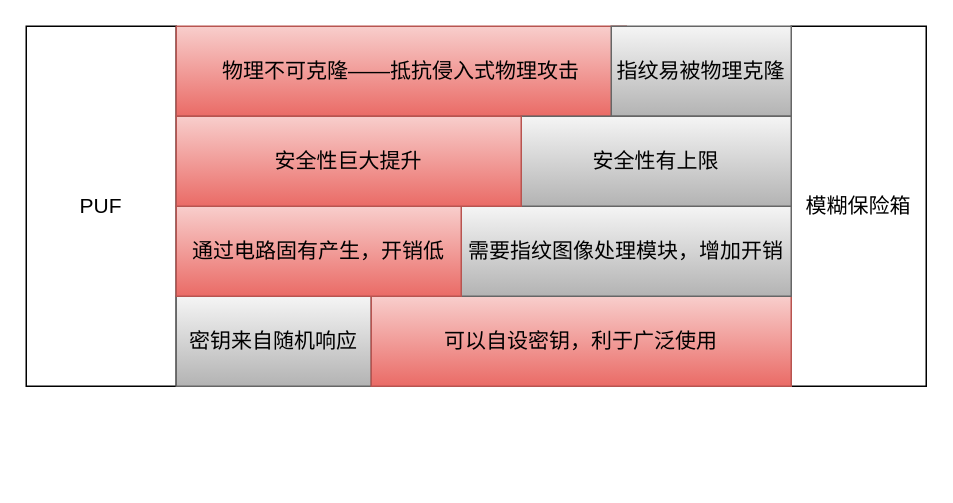
The draw.io diagram 未命名绘图.drawio in vegetable-cock/drawio-, before the edit. Source tidied: cells renumbered, new cells numbered last; positions are measured from the earlier drawing's top-left corner, leaving out a move shared by most shapes. Both pictures are drawn from the tidied source at 150%, with x=0, y=0 at pixel (26, 26).
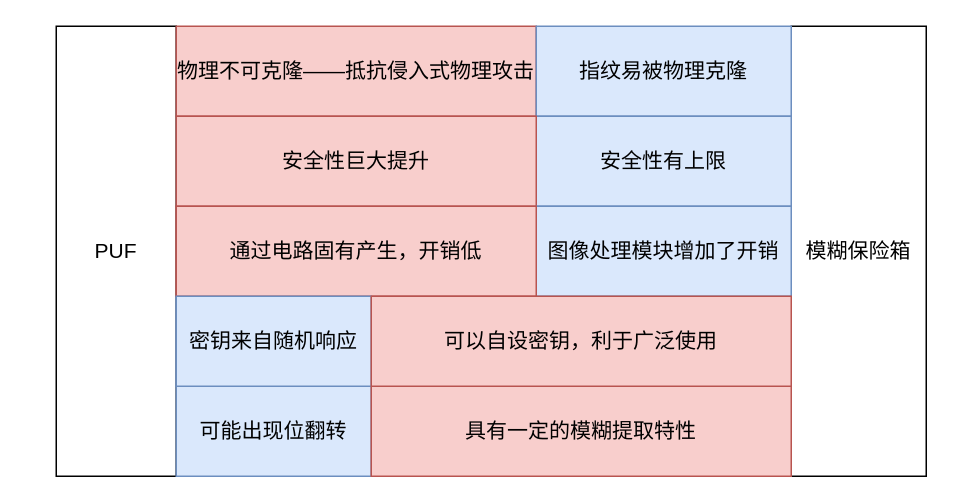
The same diagram, later.

Commit message:
更新未命名绘图.drawio

Diff of the diagram source:
```diff
@@
 <mxGraphModel>
   <root>
     <mxCell id="0" />
     <mxCell id="1" parent="0" />
     <mxCell id="2" value="PUF" style="rounded=0;whiteSpace=wrap;html=1;fontSize=14;" parent="1" vertex="1">
-      <mxGeometry width="100" height="240" as="geometry" />
+      <mxGeometry x="20" width="80" height="300" as="geometry" />
     </mxCell>
     <mxCell id="3" value="模糊保险箱" style="rounded=0;whiteSpace=wrap;html=1;fontSize=14;" parent="1" vertex="1">
-      <mxGeometry x="510" width="90" height="240" as="geometry" />
+      <mxGeometry x="510" width="90" height="300" as="geometry" />
     </mxCell>
-    <mxCell id="4" value="物理不可克隆——抵抗侵入式物理攻击" style="rounded=0;whiteSpace=wrap;html=1;fillColor=#f8cecc;strokeColor=#b85450;gradientColor=#ea6b66;fontSize=14;" parent="1" vertex="1">
-      <mxGeometry x="100" width="300" height="60" as="geometry" />
+    <mxCell id="4" value="物理不可克隆——抵抗侵入式物理攻击" style="rounded=0;whiteSpace=wrap;html=1;fontSize=14;fillColor=#f8cecc;strokeColor=#b85450;" parent="1" vertex="1">
+      <mxGeometry x="100" width="240" height="60" as="geometry" />
     </mxCell>
-    <mxCell id="5" value="指纹易被物理克隆" style="rounded=0;whiteSpace=wrap;html=1;fillColor=#f5f5f5;strokeColor=#666666;gradientColor=#b3b3b3;fontSize=14;" parent="1" vertex="1">
-      <mxGeometry x="390" width="120" height="60" as="geometry" />
+    <mxCell id="5" value="指纹易被物理克隆" style="rounded=0;whiteSpace=wrap;html=1;fontSize=14;fillColor=#dae8fc;strokeColor=#6c8ebf;" parent="1" vertex="1">
+      <mxGeometry x="340" width="170" height="60" as="geometry" />
     </mxCell>
-    <mxCell id="6" style="group;" parent="1" vertex="1">
+    <mxCell id="6" style="group;fontSize=14;fillColor=#dae8fc;strokeColor=#6c8ebf;" parent="1" vertex="1">
       <mxGeometry x="100" y="180" width="410" height="60" as="geometry" />
     </mxCell>
+    <mxCell id="9" style="group;fontSize=14;fillColor=#f8cecc;strokeColor=#b85450;" parent="1" vertex="1">
+      <mxGeometry x="100" y="120" width="410" height="60" as="geometry" />
+    </mxCell>
+    <mxCell id="12" value="安全性有上限" style="rounded=0;whiteSpace=wrap;html=1;fontSize=14;fillColor=#dae8fc;strokeColor=#6c8ebf;" parent="1" vertex="1">
+      <mxGeometry x="340" y="60" width="170" height="60" as="geometry" />
+    </mxCell>
+    <mxCell id="13" value="安全性巨大提升" style="rounded=0;whiteSpace=wrap;html=1;fontSize=14;fillColor=#f8cecc;strokeColor=#b85450;" parent="1" vertex="1">
+      <mxGeometry x="100" y="60" width="240" height="60" as="geometry" />
+    </mxCell>
+    <mxCell id="14" value="可能出现位翻转" style="rounded=0;whiteSpace=wrap;html=1;fontSize=14;fillColor=#dae8fc;strokeColor=#6c8ebf;" parent="1" vertex="1">
+      <mxGeometry x="100" y="240" width="130" height="60" as="geometry" />
+    </mxCell>
+    <mxCell id="15" value="具有一定的模糊提取特性" style="rounded=0;whiteSpace=wrap;html=1;fontSize=14;fillColor=#f8cecc;strokeColor=#b85450;" parent="1" vertex="1">
+      <mxGeometry x="230" y="240" width="280" height="60" as="geometry" />
+    </mxCell>
+    <mxCell id="10" value="图像处理模块增加了开销" style="rounded=0;whiteSpace=wrap;html=1;fontSize=14;fillColor=#dae8fc;strokeColor=#6c8ebf;" parent="1" vertex="1">
+      <mxGeometry x="340" y="120" width="170" height="60" as="geometry" />
+    </mxCell>
+    <mxCell id="11" value="通过电路固有产生，开销低" style="rounded=0;whiteSpace=wrap;html=1;fontSize=14;fillColor=#f8cecc;strokeColor=#b85450;" parent="1" vertex="1">
+      <mxGeometry x="100" y="120" width="240" height="60" as="geometry" />
+    </mxCell>
-    <mxCell id="7" value="密钥来自随机响应" style="rounded=0;whiteSpace=wrap;html=1;fontSize=14;fillColor=#f5f5f5;gradientColor=#b3b3b3;strokeColor=#666666;" parent="6" vertex="1">
-      <mxGeometry width="130" height="60" as="geometry" />
+    <mxCell id="7" value="密钥来自随机响应" style="rounded=0;whiteSpace=wrap;html=1;fontSize=14;fillColor=#dae8fc;strokeColor=#6c8ebf;" parent="1" vertex="1">
+      <mxGeometry x="100" y="180" width="130" height="60" as="geometry" />
     </mxCell>
-    <mxCell id="8" value="可以自设密钥，利于广泛使用" style="rounded=0;whiteSpace=wrap;html=1;fontSize=14;fillColor=#f8cecc;gradientColor=#ea6b66;strokeColor=#b85450;" parent="6" vertex="1">
-      <mxGeometry x="130" width="280" height="60" as="geometry" />
+    <mxCell id="8" value="可以自设密钥，利于广泛使用" style="rounded=0;whiteSpace=wrap;html=1;fontSize=14;fillColor=#f8cecc;strokeColor=#b85450;" parent="1" vertex="1">
+      <mxGeometry x="230" y="180" width="280" height="60" as="geometry" />
     </mxCell>
-    <mxCell id="9" style="group;" parent="1" vertex="1">
-      <mxGeometry x="100" y="120" width="410" height="60" as="geometry" />
-    </mxCell>
-    <mxCell id="10" value="需要指纹图像处理模块，增加开销" style="rounded=0;whiteSpace=wrap;html=1;fontSize=14;fillColor=#f5f5f5;gradientColor=#b3b3b3;strokeColor=#666666;" parent="9" vertex="1">
-      <mxGeometry x="190" width="220" height="60" as="geometry" />
-    </mxCell>
-    <mxCell id="11" value="通过电路固有产生，开销低" style="rounded=0;whiteSpace=wrap;html=1;fontSize=14;fillColor=#f8cecc;gradientColor=#ea6b66;strokeColor=#b85450;" parent="9" vertex="1">
-      <mxGeometry width="190" height="60" as="geometry" />
-    </mxCell>
-    <mxCell id="12" value="安全性有上限" style="rounded=0;whiteSpace=wrap;html=1;fontSize=14;fillColor=#f5f5f5;gradientColor=#b3b3b3;strokeColor=#666666;" parent="1" vertex="1">
-      <mxGeometry x="330" y="60" width="180" height="60" as="geometry" />
-    </mxCell>
-    <mxCell id="13" value="安全性巨大提升" style="rounded=0;whiteSpace=wrap;html=1;fontSize=14;fillColor=#f8cecc;gradientColor=#ea6b66;strokeColor=#b85450;" parent="1" vertex="1">
-      <mxGeometry x="100" y="60" width="230" height="60" as="geometry" />
-    </mxCell>
   </root>
 </mxGraphModel>
```
